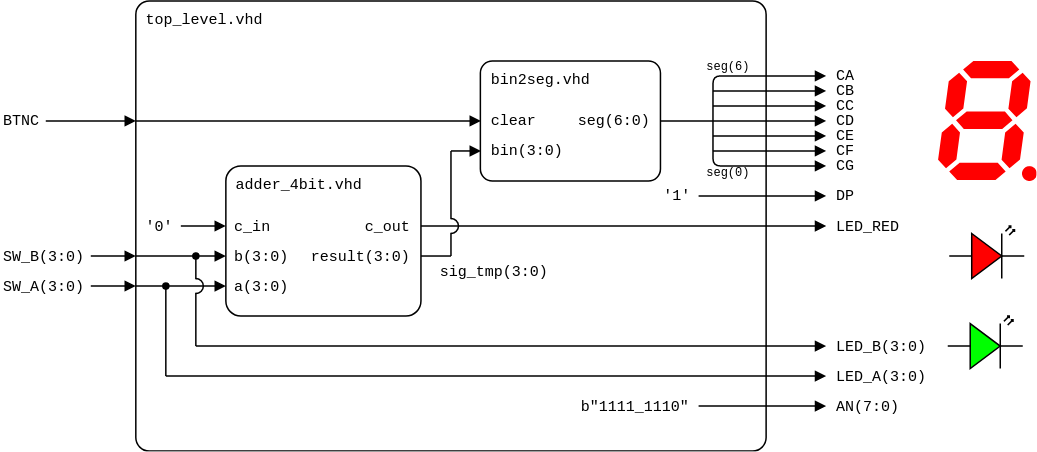
This is lab4-adder/images/top-level_structure.png from tomas-fryza/vhdl-course, a draw.io export, as it was before one commit. Source tidied: cells renumbered, new cells last; positions are measured from the earlier drawing's top-left corner, leaving out a move shared by most shapes.
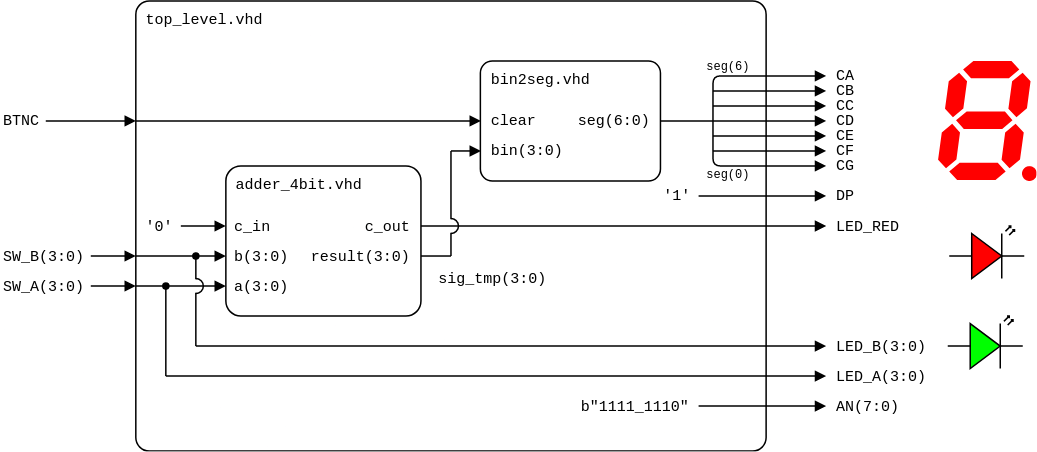
Above is the later version.

Change to the diagram source:
```diff
@@ -26,8 +26,8 @@
     <mxCell id="6" value="BTNC" style="text;html=1;align=left;verticalAlign=middle;whiteSpace=wrap;rounded=0;fontFamily=Courier New;fontSize=10;fillOpacity=100;spacing=2;spacingLeft=0;" parent="1" vertex="1">
       <mxGeometry x="-0.4" y="70" width="40" height="20" as="geometry" />
     </mxCell>
-    <mxCell id="7" value="sig_tmp(3:0)" style="text;html=1;align=center;verticalAlign=middle;whiteSpace=wrap;rounded=0;fontFamily=Courier New;fontSize=10;fillOpacity=100;spacing=2;spacingLeft=0;" parent="1" vertex="1">
-      <mxGeometry x="304" y="170" width="50" height="20" as="geometry" />
+    <mxCell id="7" value="sig_tmp(3:0)" style="text;html=1;align=left;verticalAlign=middle;whiteSpace=wrap;rounded=0;fontFamily=Courier New;fontSize=10;fillOpacity=100;spacing=2;spacingLeft=0;" parent="1" vertex="1">
+      <mxGeometry x="290" y="180" width="80" height="10" as="geometry" />
     </mxCell>
     <mxCell id="8" style="endArrow=block;html=1;rounded=0;endFill=1;orthogonal=1;endSize=5;startSize=5;" parent="1" edge="1">
       <mxGeometry relative="1" as="geometry">
@@ -291,7 +291,7 @@
       <mxGeometry x="460" y="34" width="50" height="20" as="geometry" />
     </mxCell>
     <mxCell id="67" value="&lt;div style=&quot;line-height: 100%; font-size: 8px;&quot;&gt;seg(0)&lt;/div&gt;" style="text;html=1;align=center;verticalAlign=middle;whiteSpace=wrap;rounded=0;fontFamily=Courier New;fontSize=8;fillOpacity=100;spacing=2;spacingRight=0;" parent="1" vertex="1">
-      <mxGeometry x="460" y="105" width="50" height="20" as="geometry" />
+      <mxGeometry x="460" y="106" width="50" height="20" as="geometry" />
     </mxCell>
   </root>
 </mxGraphModel>
```
